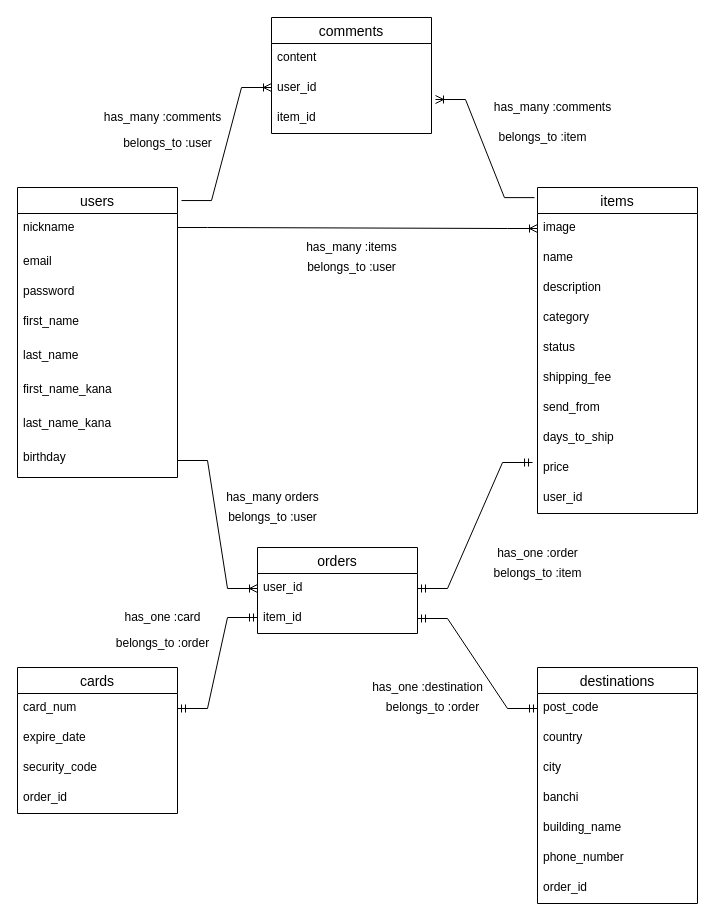
Above: ER図.dio in teiteipan06/furima-38181 (draw.io), before the change. Source tidied: cells renumbered, new cells numbered last; positions are measured from the earlier drawing's top-left corner, leaving out a move shared by most shapes. Both pictures are drawn from the tidied source at 100%, with x=0, y=0 at pixel (17, 17).
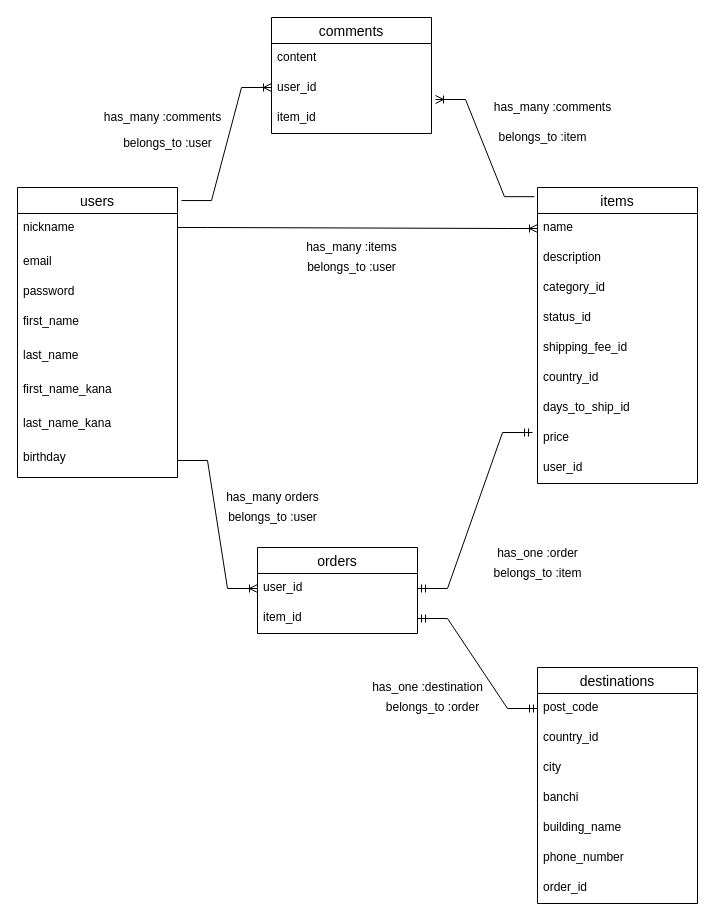
Above is the later version.

Commit message (it also covers changes not shown here):
database設計の修正

The change refers to these unchanged cells:
```xml
<mxCell id="16" value="destinations" style="swimlane;fontStyle=0;horizontal=1;startSize=26;align=center;fontSize=14;" parent="1" vertex="1">
  <mxGeometry x="520" y="650" width="160" height="236" as="geometry" />
</mxCell>
```

Diff of the diagram source:
```diff
@@
     <mxCell id="2" value="items" style="swimlane;fontStyle=0;horizontal=1;startSize=26;align=center;fontSize=14;" parent="1" vertex="1">
-      <mxGeometry x="520" y="170" width="160" height="326" as="geometry" />
+      <mxGeometry x="520" y="170" width="160" height="296" as="geometry" />
     </mxCell>
-    <mxCell id="3" value="image" style="text;strokeColor=none;fillColor=none;spacingLeft=4;spacingRight=4;overflow=hidden;points=[[0,0.5],[1,0.5]];portConstraint=eastwest;fontSize=12;" parent="2" vertex="1">
-      <mxGeometry y="26" width="160" height="30" as="geometry" />
-    </mxCell>
     <mxCell id="4" value="name" style="text;strokeColor=none;fillColor=none;spacingLeft=4;spacingRight=4;overflow=hidden;fontSize=12;" parent="2" vertex="1">
-      <mxGeometry y="56" width="160" height="30" as="geometry" />
+      <mxGeometry y="26" width="160" height="30" as="geometry" />
     </mxCell>
     <mxCell id="5" value="description" style="text;strokeColor=none;fillColor=none;spacingLeft=4;spacingRight=4;overflow=hidden;fontSize=12;" parent="2" vertex="1">
-      <mxGeometry y="86" width="160" height="30" as="geometry" />
+      <mxGeometry y="56" width="160" height="30" as="geometry" />
     </mxCell>
-    <mxCell id="6" value="category" style="text;strokeColor=none;fillColor=none;spacingLeft=4;spacingRight=4;overflow=hidden;fontSize=12;" parent="2" vertex="1">
-      <mxGeometry y="116" width="160" height="30" as="geometry" />
+    <mxCell id="6" value="category_id" style="text;strokeColor=none;fillColor=none;spacingLeft=4;spacingRight=4;overflow=hidden;fontSize=12;" parent="2" vertex="1">
+      <mxGeometry y="86" width="160" height="30" as="geometry" />
     </mxCell>
-    <mxCell id="7" value="status" style="text;strokeColor=none;fillColor=none;spacingLeft=4;spacingRight=4;overflow=hidden;fontSize=12;" parent="2" vertex="1">
-      <mxGeometry y="146" width="160" height="30" as="geometry" />
+    <mxCell id="7" value="status_id" style="text;strokeColor=none;fillColor=none;spacingLeft=4;spacingRight=4;overflow=hidden;fontSize=12;" parent="2" vertex="1">
+      <mxGeometry y="116" width="160" height="30" as="geometry" />
     </mxCell>
-    <mxCell id="8" value="shipping_fee" style="text;strokeColor=none;fillColor=none;spacingLeft=4;spacingRight=4;overflow=hidden;fontSize=12;" parent="2" vertex="1">
-      <mxGeometry y="176" width="160" height="30" as="geometry" />
+    <mxCell id="8" value="shipping_fee_id" style="text;strokeColor=none;fillColor=none;spacingLeft=4;spacingRight=4;overflow=hidden;fontSize=12;" parent="2" vertex="1">
+      <mxGeometry y="146" width="160" height="30" as="geometry" />
     </mxCell>
-    <mxCell id="9" value="send_from" style="text;strokeColor=none;fillColor=none;spacingLeft=4;spacingRight=4;overflow=hidden;fontSize=12;" parent="2" vertex="1">
-      <mxGeometry y="206" width="160" height="30" as="geometry" />
+    <mxCell id="9" value="country_id" style="text;strokeColor=none;fillColor=none;spacingLeft=4;spacingRight=4;overflow=hidden;fontSize=12;" parent="2" vertex="1">
+      <mxGeometry y="176" width="160" height="30" as="geometry" />
     </mxCell>
-    <mxCell id="10" value="days_to_ship" style="text;strokeColor=none;fillColor=none;spacingLeft=4;spacingRight=4;overflow=hidden;fontSize=12;" parent="2" vertex="1">
-      <mxGeometry y="236" width="160" height="30" as="geometry" />
+    <mxCell id="10" value="days_to_ship_id" style="text;strokeColor=none;fillColor=none;spacingLeft=4;spacingRight=4;overflow=hidden;fontSize=12;" parent="2" vertex="1">
+      <mxGeometry y="206" width="160" height="30" as="geometry" />
     </mxCell>
     <mxCell id="11" value="price" style="text;strokeColor=none;fillColor=none;spacingLeft=4;spacingRight=4;overflow=hidden;points=[[0,0.5],[1,0.5]];portConstraint=eastwest;fontSize=12;" parent="2" vertex="1">
-      <mxGeometry y="266" width="160" height="30" as="geometry" />
+      <mxGeometry y="236" width="160" height="30" as="geometry" />
     </mxCell>
     <mxCell id="12" value="user_id" style="text;strokeColor=none;fillColor=none;spacingLeft=4;spacingRight=4;overflow=hidden;fontSize=12;" parent="2" vertex="1">
-      <mxGeometry y="296" width="160" height="30" as="geometry" />
+      <mxGeometry y="266" width="160" height="30" as="geometry" />
     </mxCell>
@@
-    <mxCell id="18" value="country" style="text;strokeColor=none;fillColor=none;spacingLeft=4;spacingRight=4;overflow=hidden;fontSize=12;" parent="16" vertex="1">
+    <mxCell id="18" value="country_id" style="text;strokeColor=none;fillColor=none;spacingLeft=4;spacingRight=4;overflow=hidden;fontSize=12;" parent="16" vertex="1">
       <mxGeometry y="56" width="160" height="30" as="geometry" />
     </mxCell>
@@
-    <mxCell id="24" value="cards" style="swimlane;fontStyle=0;horizontal=1;startSize=26;align=center;fontSize=14;" parent="1" vertex="1">
-      <mxGeometry y="650" width="160" height="146" as="geometry" />
-    </mxCell>
-    <mxCell id="25" value="card_num" style="text;strokeColor=none;fillColor=none;spacingLeft=4;spacingRight=4;overflow=hidden;points=[[0,0.5],[1,0.5]];portConstraint=eastwest;fontSize=12;" parent="24" vertex="1">
-      <mxGeometry y="26" width="160" height="30" as="geometry" />
-    </mxCell>
-    <mxCell id="26" value="expire_date" style="text;strokeColor=none;fillColor=none;spacingLeft=4;spacingRight=4;overflow=hidden;fontSize=12;" parent="24" vertex="1">
-      <mxGeometry y="56" width="160" height="30" as="geometry" />
-    </mxCell>
-    <mxCell id="27" value="security_code" style="text;strokeColor=none;fillColor=none;spacingLeft=4;spacingRight=4;overflow=hidden;fontSize=12;" parent="24" vertex="1">
-      <mxGeometry y="86" width="160" height="30" as="geometry" />
-    </mxCell>
-    <mxCell id="28" value="order_id" style="text;strokeColor=none;fillColor=none;spacingLeft=4;spacingRight=4;overflow=hidden;fontSize=12;" parent="24" vertex="1">
-      <mxGeometry y="116" width="160" height="30" as="geometry" />
-    </mxCell>
-    <mxCell id="29" style="edgeStyle=entityRelationEdgeStyle;fontSize=12;html=1;endArrow=ERoneToMany;rounded=0;entryX=0;entryY=0.5;entryDx=0;entryDy=0;" parent="1" edge="1" target="3">
+    <mxCell id="29" style="edgeStyle=entityRelationEdgeStyle;fontSize=12;html=1;endArrow=ERoneToMany;rounded=0;entryX=0;entryY=0.5;entryDx=0;entryDy=0;" parent="1" edge="1">
       <mxGeometry relative="1" as="geometry">
         <mxPoint x="160" y="210" as="sourcePoint" />
+        <mxPoint x="520" y="211" as="targetPoint" />
       </mxGeometry>
     </mxCell>
@@
-    <mxCell id="42" style="edgeStyle=entityRelationEdgeStyle;fontSize=12;html=1;endArrow=ERmandOne;startArrow=ERmandOne;rounded=0;exitX=1;exitY=0.5;exitDx=0;exitDy=0;" parent="1" edge="1" source="25">
-      <mxGeometry relative="1" as="geometry">
-        <mxPoint x="240" y="600" as="targetPoint" />
-      </mxGeometry>
-    </mxCell>
@@
-    <mxCell id="49" value="has_one :card" style="text;html=1;align=center;verticalAlign=middle;strokeColor=none;fillColor=none;" parent="1" vertex="1">
-      <mxGeometry x="100" y="590" width="90" height="20" as="geometry" />
-    </mxCell>
-    <mxCell id="50" value="belongs_to :order" style="text;html=1;align=center;verticalAlign=middle;strokeColor=none;fillColor=none;" parent="1" vertex="1">
-      <mxGeometry x="90" y="616" width="110" height="20" as="geometry" />
-    </mxCell>
```
